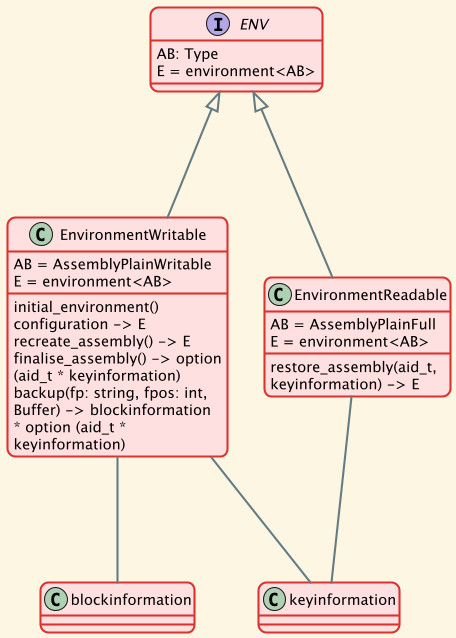
Above: out/services.uml/environment/environment model.png in eLyKseeR/modelling (PlantUML), before the change.
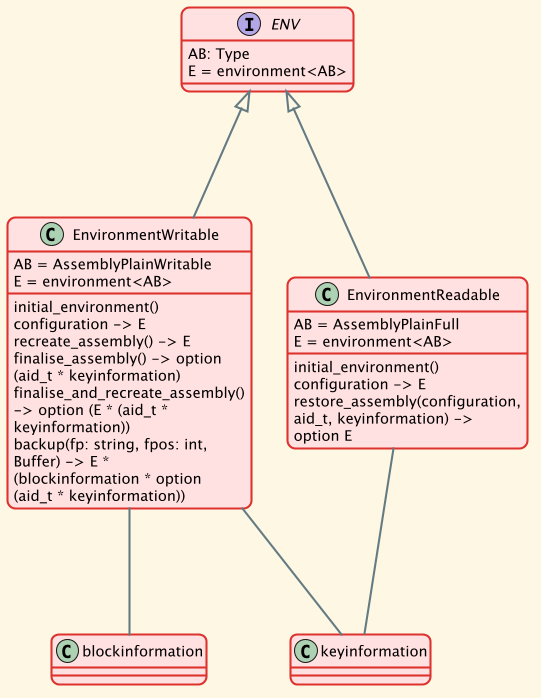
Later version of the same file.

Diff of the diagram source:
```diff
@@ -19,7 +19,8 @@
     initial_environment() configuration -> E
     recreate_assembly() -> E
     finalise_assembly() -> option (aid_t * keyinformation)
-    backup(fp: string, fpos: int, Buffer) -> blockinformation * option (aid_t * keyinformation)
+    finalise_and_recreate_assembly() -> option (E * (aid_t * keyinformation))
+    backup(fp: string, fpos: int, Buffer) -> E * (blockinformation * option (aid_t * keyinformation))
 }
 
 EnvironmentWritable --- keyinformation
@@ -28,7 +29,8 @@
 class EnvironmentReadable {
     AB = AssemblyPlainFull
     E = environment<AB>
-    restore_assembly(aid_t, keyinformation) -> E
+    initial_environment() configuration -> E
+    restore_assembly(configuration, aid_t, keyinformation) -> option E
 }
 
 EnvironmentReadable --- keyinformation
```
